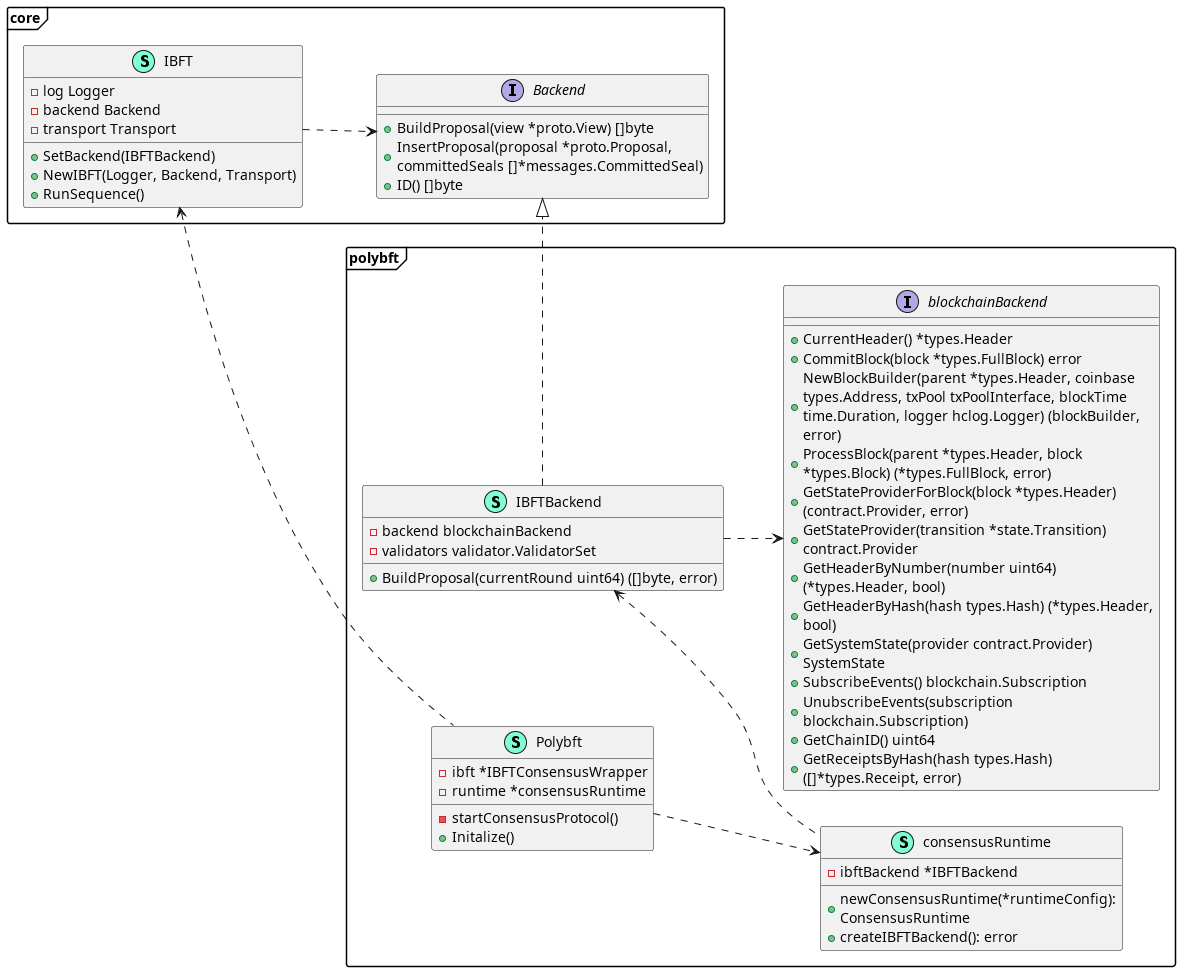
Ethernal-Tech/blade-legacy keeps this PlantUML diagram as gitbook/.gitbook/assets/polybft_initialization_improvement.png. Above is the earlier version. Its diagram source:
```plantuml
@startuml
skinparam packageStyle frame
left to right direction
<style>
class {
  MinimumWidth 100
  MaximumWidth 350

}
</style>
namespace polybft {

    class IBFTBackend << (S,Aquamarine) >> {
        - backend blockchainBackend
        - validators validator.ValidatorSet

        + BuildProposal(currentRound uint64) ([]byte, error)

    }

    class Polybft << (S,Aquamarine) >> {

        - ibft *IBFTConsensusWrapper
        - runtime *consensusRuntime

        - startConsensusProtocol()
        + Initalize()

    }

    class consensusRuntime << (S,Aquamarine) >> {
        - ibftBackend *IBFTBackend

        + newConsensusRuntime(*runtimeConfig): ConsensusRuntime
        + createIBFTBackend(): error





    }
    interface blockchainBackend  {
        + CurrentHeader() *types.Header
        + CommitBlock(block *types.FullBlock) error
        + NewBlockBuilder(parent *types.Header, coinbase types.Address, txPool txPoolInterface, blockTime time.Duration, logger hclog.Logger) (blockBuilder, error)
        + ProcessBlock(parent *types.Header, block *types.Block) (*types.FullBlock, error)
        + GetStateProviderForBlock(block *types.Header) (contract.Provider, error)
        + GetStateProvider(transition *state.Transition) contract.Provider
        + GetHeaderByNumber(number uint64) (*types.Header, bool)
        + GetHeaderByHash(hash types.Hash) (*types.Header, bool)
        + GetSystemState(provider contract.Provider) SystemState
        + SubscribeEvents() blockchain.Subscription
        + UnubscribeEvents(subscription blockchain.Subscription)
        + GetChainID() uint64
        + GetReceiptsByHash(hash types.Hash) ([]*types.Receipt, error)

    }

}
namespace core {
    class IBFT << (S,Aquamarine) >> {
        - log Logger
        - backend Backend
        - transport Transport

        + SetBackend(IBFTBackend)
        + NewIBFT(Logger, Backend, Transport)
        + RunSequence()
    }
    interface Backend  {
        + BuildProposal(view *proto.View) []byte
        + InsertProposal(proposal *proto.Proposal, committedSeals []*messages.CommittedSeal)
        + ID() []byte

    }
}


"core.IBFT" ..> "core.Backend"
"polybft.Polybft" ..> "polybft.consensusRuntime"
"polybft.Polybft" .u.> "core.IBFT"

"polybft.IBFTBackend" ..> "polybft.blockchainBackend"
"polybft.IBFTBackend" ..|> "core.Backend"
"polybft.IBFTBackend" <.. "polybft.consensusRuntime"




@enduml
```
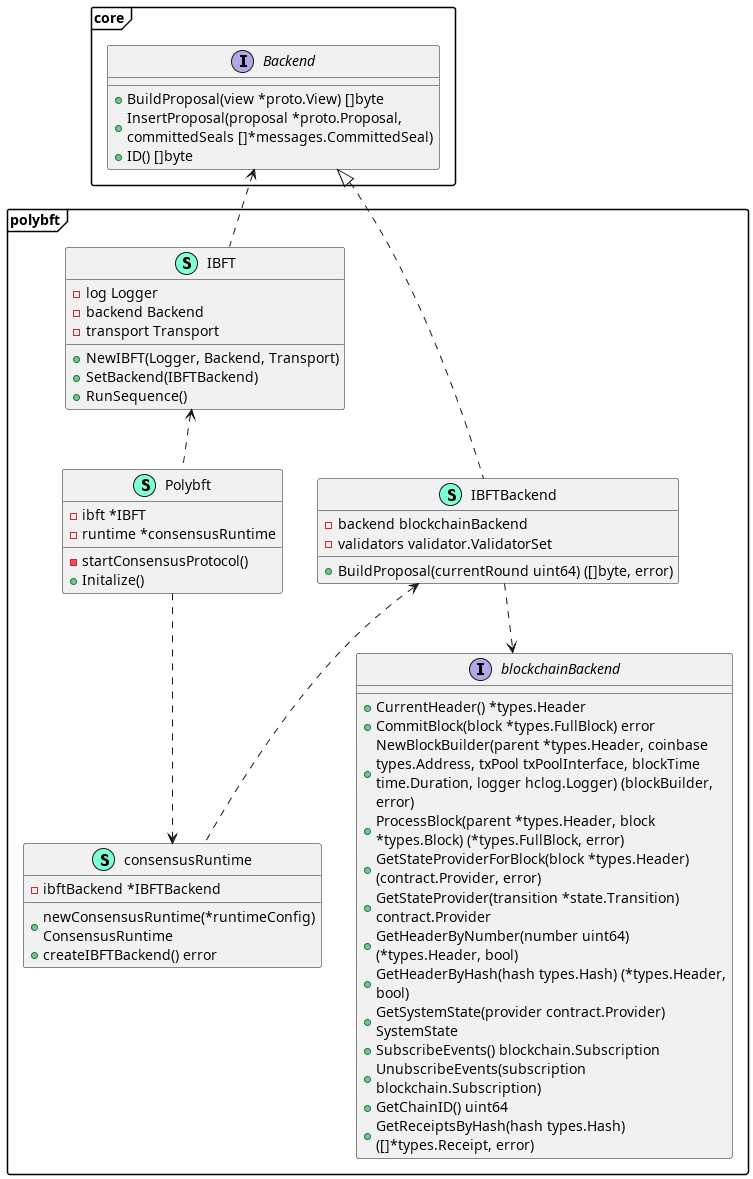
After the commit.

Change to the diagram source:
```diff
@@ -1,6 +1,5 @@
 @startuml
 skinparam packageStyle frame
-left to right direction
 <style>
 class {
   MinimumWidth 100
@@ -9,7 +8,6 @@
 }
 </style>
 namespace polybft {
-
     class IBFTBackend << (S,Aquamarine) >> {
         - backend blockchainBackend
         - validators validator.ValidatorSet
@@ -20,7 +18,7 @@
 
     class Polybft << (S,Aquamarine) >> {
 
-        - ibft *IBFTConsensusWrapper
+        - ibft *IBFT
         - runtime *consensusRuntime
 
         - startConsensusProtocol()
@@ -31,12 +29,8 @@
     class consensusRuntime << (S,Aquamarine) >> {
         - ibftBackend *IBFTBackend
 
-        + newConsensusRuntime(*runtimeConfig): ConsensusRuntime
-        + createIBFTBackend(): error
-
-
-
-
+        + newConsensusRuntime(*runtimeConfig) ConsensusRuntime
+        + createIBFTBackend() error
 
     }
     interface blockchainBackend  {
@@ -56,17 +50,17 @@
 
     }
 
-}
-namespace core {
     class IBFT << (S,Aquamarine) >> {
         - log Logger
         - backend Backend
         - transport Transport
 
+        + NewIBFT(Logger, Backend, Transport)
         + SetBackend(IBFTBackend)
-        + NewIBFT(Logger, Backend, Transport)
         + RunSequence()
     }
+}
+namespace core {
     interface Backend  {
         + BuildProposal(view *proto.View) []byte
         + InsertProposal(proposal *proto.Proposal, committedSeals []*messages.CommittedSeal)
@@ -76,15 +70,14 @@
 }
 
 
-"core.IBFT" ..> "core.Backend"
-"polybft.Polybft" ..> "polybft.consensusRuntime"
-"polybft.Polybft" .u.> "core.IBFT"
-
-"polybft.IBFTBackend" ..> "polybft.blockchainBackend"
-"polybft.IBFTBackend" ..|> "core.Backend"
-"polybft.IBFTBackend" <.. "polybft.consensusRuntime"
 
 
+"IBFT" .u.> "Backend"
+"Polybft" ..> "consensusRuntime"
+"Polybft" .u.> "IBFT"
 
+"IBFTBackend" ..> "blockchainBackend"
+"IBFTBackend" .u.|> "Backend"
+"IBFTBackend" <.. "consensusRuntime"
 
 @enduml
```
